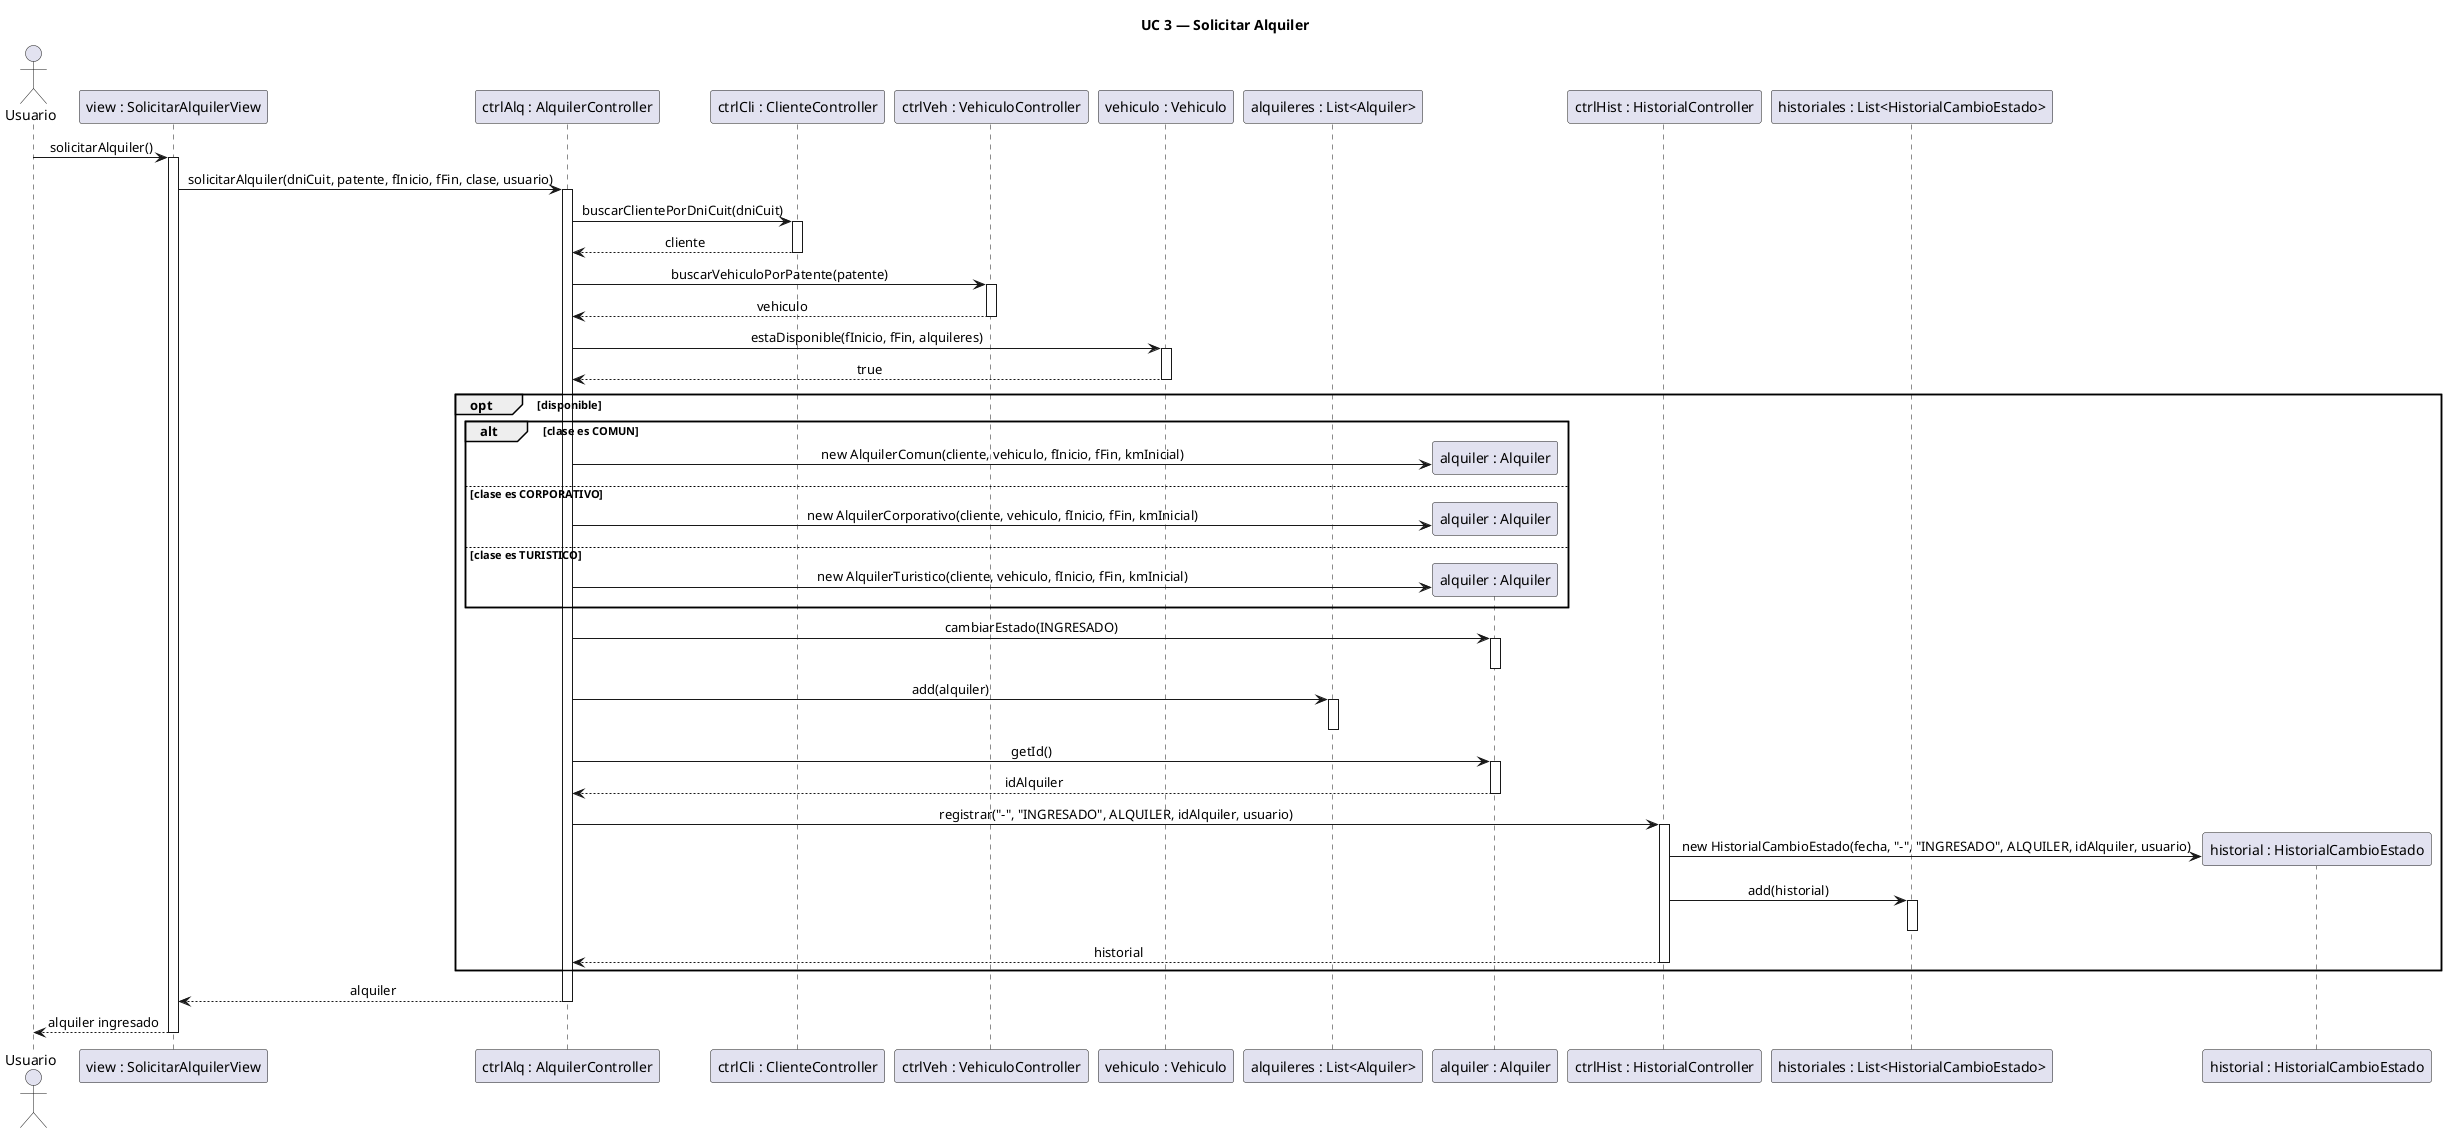
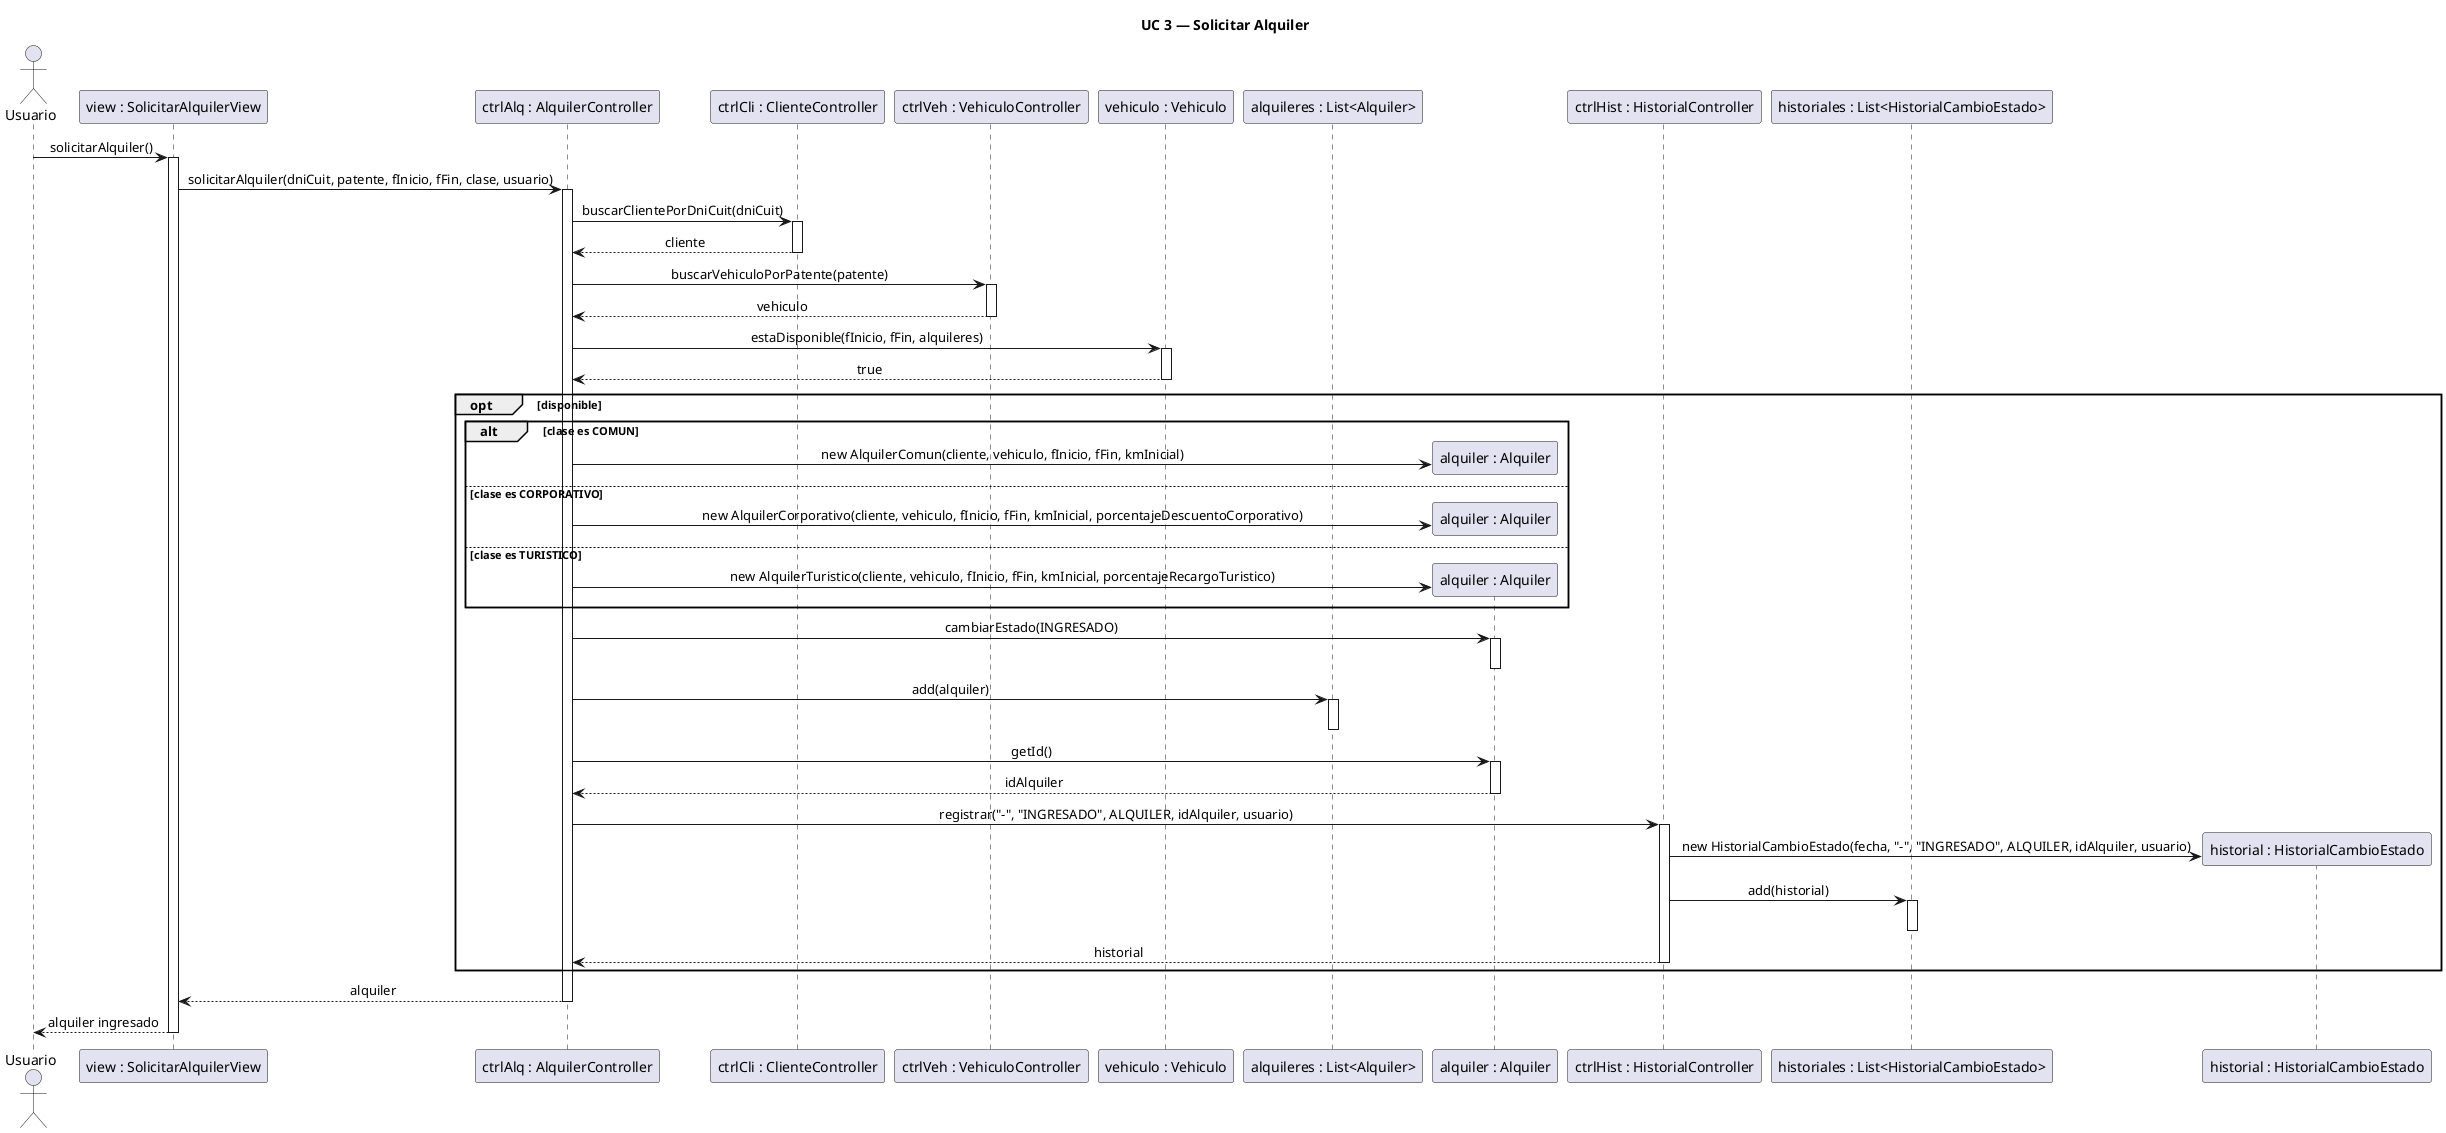
@startuml DS3_SolicitarAlquiler
skinparam sequenceMessageAlign center
skinparam responseMessageBelowArrow true

title UC 3 — Solicitar Alquiler

actor Usuario

participant "view : SolicitarAlquilerView" as V
participant "ctrlAlq : AlquilerController" as AC
participant "ctrlCli : ClienteController" as CC
participant "ctrlVeh : VehiculoController" as VC
participant "vehiculo : Vehiculo" as Veh
participant "alquileres : List<Alquiler>" as LA
participant "alquiler : Alquiler" as A
participant "ctrlHist : HistorialController" as HC
participant "historiales : List<HistorialCambioEstado>" as LH
participant "historial : HistorialCambioEstado" as H

Usuario -> V : solicitarAlquiler()
activate V

V -> AC : solicitarAlquiler(dniCuit, patente, fInicio, fFin, clase, usuario)
activate AC

AC -> CC : buscarClientePorDniCuit(dniCuit)
activate CC
CC --> AC : cliente
deactivate CC

AC -> VC : buscarVehiculoPorPatente(patente)
activate VC
VC --> AC : vehiculo
deactivate VC

AC -> Veh : estaDisponible(fInicio, fFin, alquileres)
activate Veh
Veh --> AC : true
deactivate Veh

opt disponible
    alt clase es COMUN
        AC -> A ** : new AlquilerComun(cliente, vehiculo, fInicio, fFin, kmInicial)
    else clase es CORPORATIVO
-         AC -> A ** : new AlquilerCorporativo(cliente, vehiculo, fInicio, fFin, kmInicial)
+         AC -> A ** : new AlquilerCorporativo(cliente, vehiculo, fInicio, fFin, kmInicial, porcentajeDescuentoCorporativo)
    else clase es TURISTICO
-         AC -> A ** : new AlquilerTuristico(cliente, vehiculo, fInicio, fFin, kmInicial)
+         AC -> A ** : new AlquilerTuristico(cliente, vehiculo, fInicio, fFin, kmInicial, porcentajeRecargoTuristico)
    end

    AC -> A : cambiarEstado(INGRESADO)
    activate A
    deactivate A

    AC -> LA : add(alquiler)
    activate LA
    deactivate LA

    AC -> A : getId()
    activate A
    A --> AC : idAlquiler
    deactivate A

    AC -> HC : registrar("-", "INGRESADO", ALQUILER, idAlquiler, usuario)
    activate HC

    HC -> H ** : new HistorialCambioEstado(fecha, "-", "INGRESADO", ALQUILER, idAlquiler, usuario)
    HC -> LH : add(historial)
    activate LH
    deactivate LH

    HC --> AC : historial
    deactivate HC
end

AC --> V : alquiler
deactivate AC

V --> Usuario : alquiler ingresado
deactivate V

@enduml
